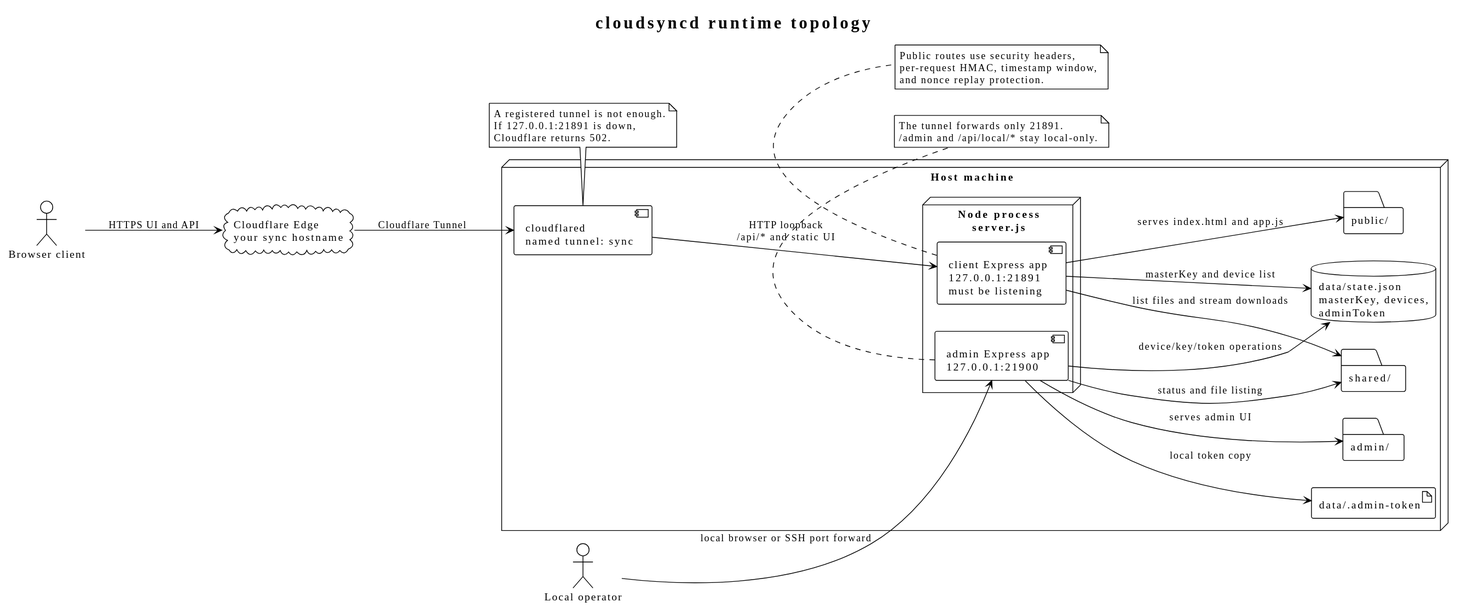
The PlantUML diagram docs/diagrams/runtime-topology.svg in DoubleMice/cloudsyncd, before a commit.
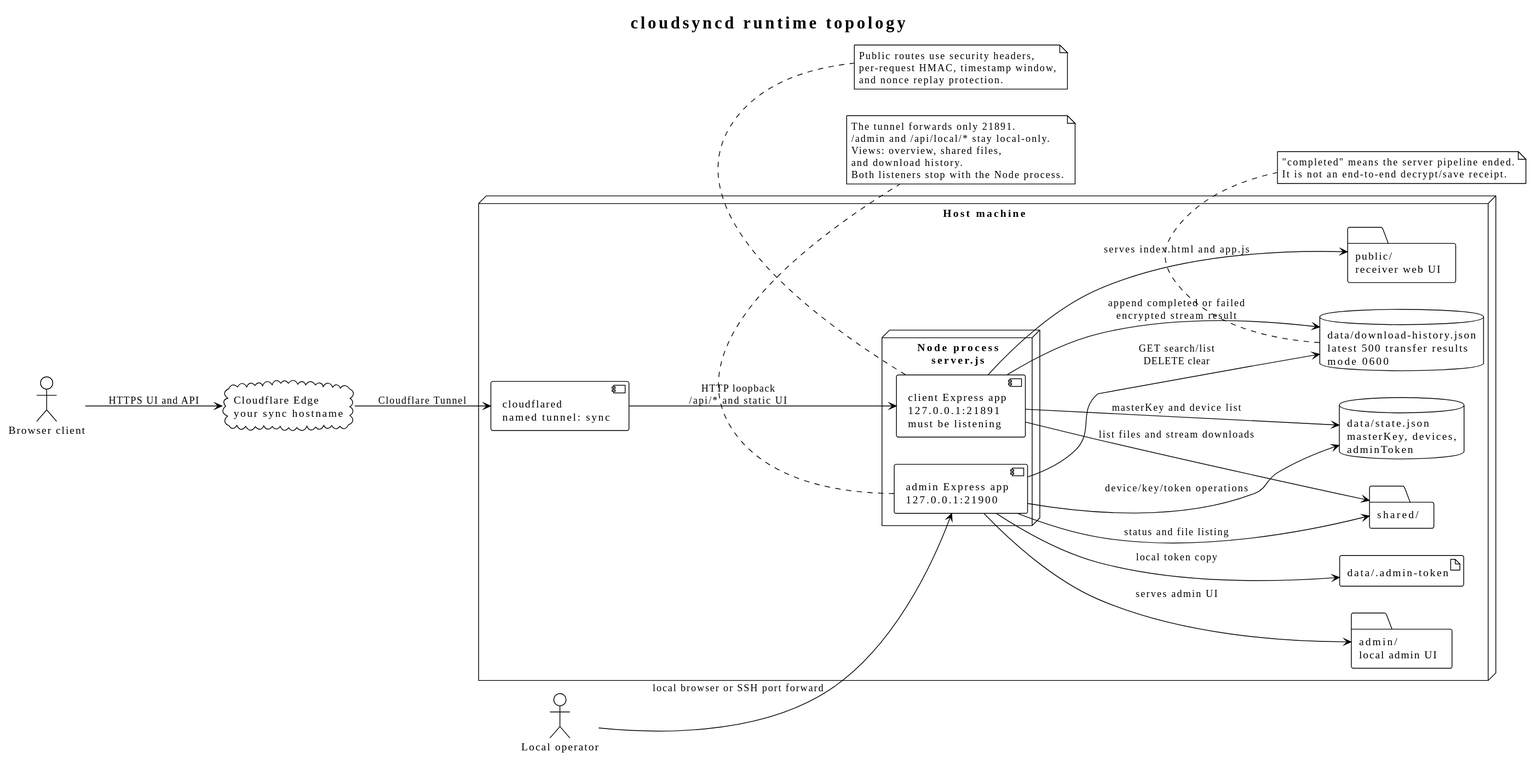
After the commit.

Diff of the diagram source:
```diff
@@ -16,11 +16,12 @@
     component "admin Express app\n127.0.0.1:21900" as AdminApp
   }
 
-  folder "public/" as PublicDir
-  folder "admin/" as AdminDir
+  folder "public/\nreceiver web UI" as PublicDir
+  folder "admin/\nlocal admin UI" as AdminDir
   folder "shared/" as SharedDir
   database "data/state.json\nmasterKey, devices,\nadminToken" as State
   artifact "data/.admin-token" as TokenFile
+  database "data/download-history.json\nlatest 500 transfer results\nmode 0600" as DownloadHistory
 }
 
 Browser --> Edge : HTTPS UI and API
@@ -30,16 +31,26 @@
 ClientApp --> PublicDir : serves index.html and app.js
 ClientApp --> SharedDir : list files and stream downloads
 ClientApp --> State : masterKey and device list
+ClientApp --> DownloadHistory : append completed or failed\nencrypted stream result
 
 Operator --> AdminApp : local browser or SSH port forward
 AdminApp --> AdminDir : serves admin UI
 AdminApp --> State : device/key/token operations
 AdminApp --> SharedDir : status and file listing
 AdminApp --> TokenFile : local token copy
+AdminApp --> DownloadHistory : GET search/list\nDELETE clear
 
 note bottom of AdminApp
   The tunnel forwards only 21891.
   /admin and /api/local/* stay local-only.
+  Views: overview, shared files,
+  and download history.
+  Both listeners stop with the Node process.
+end note
+
+note bottom of DownloadHistory
+  "completed" means the server pipeline ended.
+  It is not an end-to-end decrypt/save receipt.
 end note
 
 note bottom of ClientApp
@@ -47,10 +58,4 @@
   per-request HMAC, timestamp window,
   and nonce replay protection.
 end note
-
-note bottom of Tunnel
-  A registered tunnel is not enough.
-  If 127.0.0.1:21891 is down,
-  Cloudflare returns 502.
-end note
 @enduml
```
